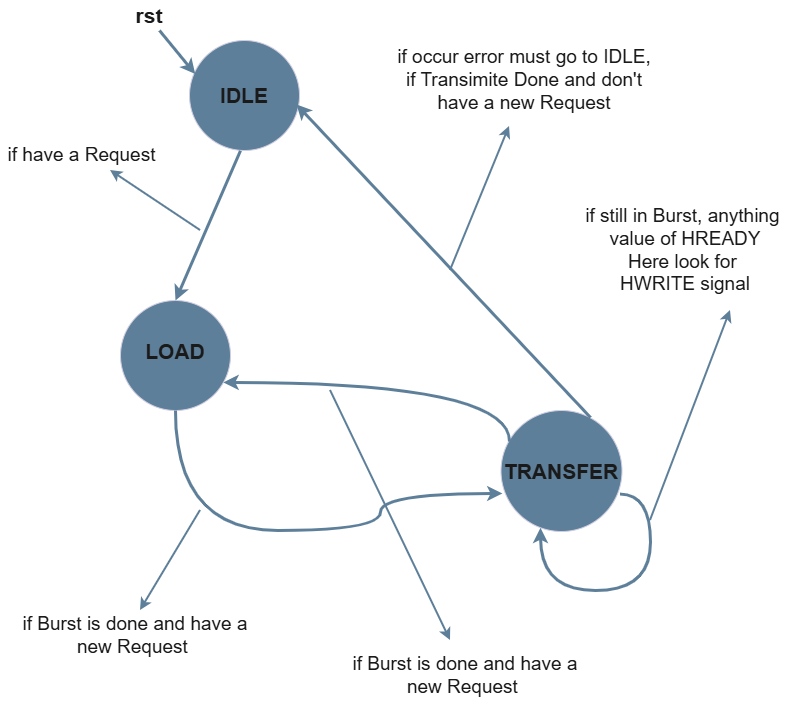
This is photoes/Master_FSM.drawio.png from amrsoli916/AHB-Lite-Protocol, a draw.io export, as it was before one commit. Source tidied: cells renumbered, new cells last; positions are measured from the earlier drawing's top-left corner, leaving out a move shared by most shapes.
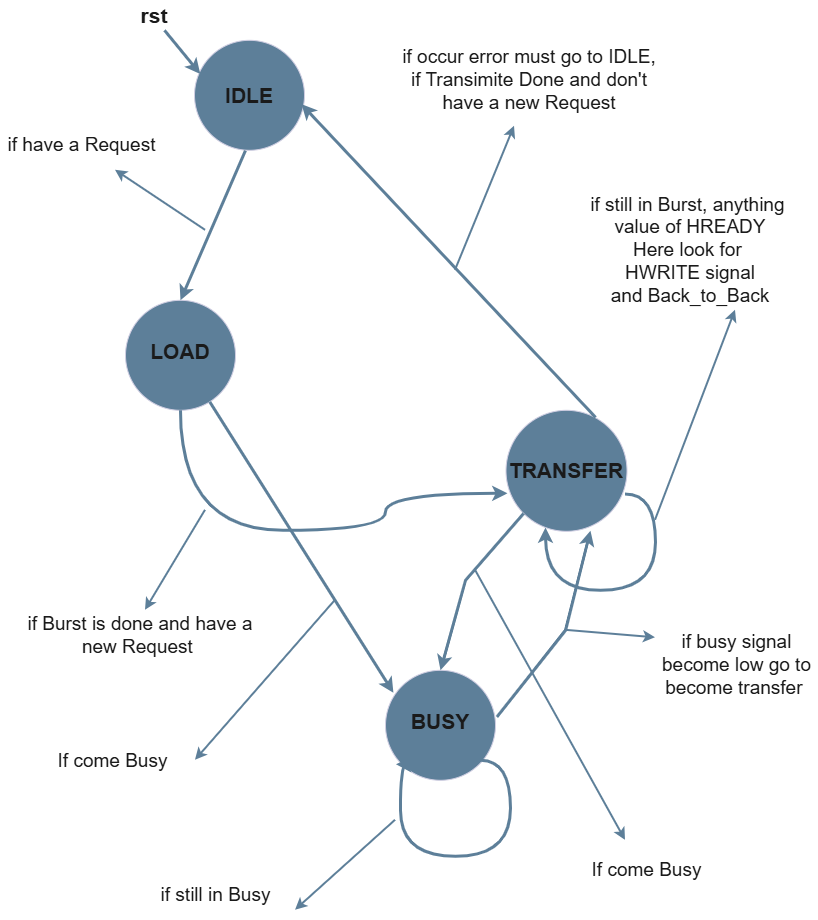
Above is the later version.

Diff of the diagram source:
```diff
@@ -52,13 +52,6 @@
     <mxCell id="13" style="endArrow=classic;html=1;rounded=0;strokeColor=light-dark(#5d7f99, #8c86b9);fontColor=#1A1A1A;strokeWidth=3;exitX=0.74;exitY=0.058;exitDx=0;exitDy=0;exitPerimeter=0;entryX=0.973;entryY=0.582;entryDx=0;entryDy=0;entryPerimeter=0;" parent="1" edge="1" source="9" target="2">
       <mxGeometry relative="1" as="geometry" />
     </mxCell>
-    <mxCell id="14" style="endArrow=classic;html=1;rounded=0;strokeColor=light-dark(#5d7f99, #8c86b9);fontColor=#1A1A1A;strokeWidth=3;exitX=0.07;exitY=0.256;exitDx=0;exitDy=0;exitPerimeter=0;entryX=0.936;entryY=0.745;entryDx=0;entryDy=0;entryPerimeter=0;edgeStyle=orthogonalEdgeStyle;curved=1;" parent="1" edge="1" source="9" target="6">
-      <mxGeometry relative="1" as="geometry">
-        <Array as="points">
-          <mxPoint x="509" y="382" />
-        </Array>
-      </mxGeometry>
-    </mxCell>
     <mxCell id="15" style="endArrow=classic;html=1;rounded=0;strokeColor=light-dark(#5d7f99, #8c86b9);fontColor=#1A1A1A;strokeWidth=2;entryX=0.446;entryY=0.96;entryDx=0;entryDy=0;entryPerimeter=0;" parent="1" edge="1" target="20">
       <mxGeometry relative="1" as="geometry">
         <mxPoint x="450" y="270" as="sourcePoint" />
@@ -76,12 +69,6 @@
         <mxPoint x="140" y="610" as="targetPoint" />
       </mxGeometry>
     </mxCell>
-    <mxCell id="18" style="endArrow=classic;html=1;rounded=0;strokeColor=light-dark(#5d7f99, #8c86b9);fontColor=#1A1A1A;strokeWidth=2;" parent="1" edge="1">
-      <mxGeometry relative="1" as="geometry">
-        <mxPoint x="330" y="390" as="sourcePoint" />
-        <mxPoint x="450" y="640" as="targetPoint" />
-      </mxGeometry>
-    </mxCell>
     <mxCell id="19" style="endArrow=classic;html=1;rounded=0;strokeColor=light-dark(#5d7f99, #8c86b9);fontColor=#1A1A1A;strokeWidth=2;" parent="1" edge="1">
       <mxGeometry relative="1" as="geometry">
         <mxPoint x="650" y="520" as="sourcePoint" />
@@ -91,17 +78,83 @@
     <mxCell id="20" value="&lt;font style=&quot;font-size: 19px;&quot;&gt;if occur error must go to IDLE,&lt;/font&gt;&lt;div&gt;&lt;font style=&quot;font-size: 19px;&quot;&gt;if Transimite&amp;nbsp;&lt;/font&gt;&lt;span style=&quot;font-size: 19px; background-color: transparent; color: light-dark(rgb(26, 26, 26), rgb(215, 215, 215));&quot;&gt;Done and don't have a&amp;nbsp;&lt;/span&gt;&lt;span style=&quot;font-size: 19px; background-color: transparent; color: light-dark(rgb(26, 26, 26), rgb(215, 215, 215));&quot;&gt;new Request&lt;/span&gt;&lt;/div&gt;" style="text;html=1;whiteSpace=wrap;strokeColor=none;fillColor=none;align=center;verticalAlign=middle;rounded=0;fontColor=#1A1A1A;" parent="1" vertex="1">
       <mxGeometry x="391.5" y="30" width="263.5" height="100" as="geometry" />
     </mxCell>
-    <mxCell id="21" value="&lt;span style=&quot;font-size: 19px;&quot;&gt;if still in Burst, anything&amp;nbsp;&lt;/span&gt;&lt;div&gt;&lt;span style=&quot;font-size: 19px;&quot;&gt;value of HREADY&lt;/span&gt;&lt;/div&gt;&lt;div&gt;&lt;span style=&quot;font-size: 19px;&quot;&gt;Here look for&amp;nbsp;&lt;/span&gt;&lt;/div&gt;&lt;div&gt;&lt;span style=&quot;font-size: 19px;&quot;&gt;HWRITE signal&lt;/span&gt;&lt;/div&gt;" style="text;html=1;whiteSpace=wrap;strokeColor=none;fillColor=none;align=center;verticalAlign=middle;rounded=0;fontColor=#1A1A1A;" parent="1" vertex="1">
+    <mxCell id="21" value="&lt;span style=&quot;font-size: 19px;&quot;&gt;if still in Burst, anything&amp;nbsp;&lt;/span&gt;&lt;div&gt;&lt;span style=&quot;font-size: 19px;&quot;&gt;value of HREADY&lt;/span&gt;&lt;/div&gt;&lt;div&gt;&lt;span style=&quot;font-size: 19px;&quot;&gt;Here look for&amp;nbsp;&lt;/span&gt;&lt;/div&gt;&lt;div&gt;&lt;span style=&quot;font-size: 19px;&quot;&gt;HWRITE signal&lt;/span&gt;&lt;/div&gt;&lt;div&gt;&lt;span style=&quot;font-size: 19px;&quot;&gt;and Back_to_Back&lt;/span&gt;&lt;/div&gt;" style="text;html=1;whiteSpace=wrap;strokeColor=none;fillColor=none;align=center;verticalAlign=middle;rounded=0;fontColor=#1A1A1A;" parent="1" vertex="1">
       <mxGeometry x="570" y="200" width="230" height="100" as="geometry" />
     </mxCell>
-    <mxCell id="22" value="&lt;span style=&quot;font-size: 19px;&quot;&gt;if Burst is done and have a&lt;/span&gt;&lt;div&gt;&lt;span style=&quot;font-size: 19px;&quot;&gt;new Request&amp;nbsp;&lt;/span&gt;&lt;/div&gt;" style="text;html=1;whiteSpace=wrap;strokeColor=none;fillColor=none;align=center;verticalAlign=middle;rounded=0;fontColor=#1A1A1A;" parent="1" vertex="1">
-      <mxGeometry x="350" y="640" width="230" height="70" as="geometry" />
-    </mxCell>
     <mxCell id="23" value="&lt;span style=&quot;font-size: 19px;&quot;&gt;if Burst is done and have a&lt;/span&gt;&lt;div&gt;&lt;span style=&quot;font-size: 19px;&quot;&gt;new Request&amp;nbsp;&lt;/span&gt;&lt;/div&gt;" style="text;html=1;whiteSpace=wrap;strokeColor=none;fillColor=none;align=center;verticalAlign=middle;rounded=0;fontColor=#1A1A1A;" parent="1" vertex="1">
       <mxGeometry x="20" y="600" width="230" height="70" as="geometry" />
     </mxCell>
     <mxCell id="24" value="&lt;span style=&quot;font-size: 19px;&quot;&gt;if have a Request&lt;/span&gt;" style="text;html=1;whiteSpace=wrap;strokeColor=none;fillColor=none;align=center;verticalAlign=middle;rounded=0;fontColor=#1A1A1A;" parent="1" vertex="1">
-      <mxGeometry y="130" width="163" height="50" as="geometry" />
+      <mxGeometry x="-5" y="120" width="163" height="50" as="geometry" />
     </mxCell>
+    <mxCell id="25" style="ellipse;whiteSpace=wrap;html=1;shapeInside=1;labelBackgroundColor=none;fillColor=#5D7F99;strokeColor=#D0CEE2;fontColor=#1A1A1A;" parent="1" vertex="1">
+      <mxGeometry x="380" y="670" width="110" height="110" as="geometry" />
+    </mxCell>
+    <mxCell id="26" value="&lt;font style=&quot;font-size: 21px;&quot;&gt;&lt;b style=&quot;&quot;&gt;BUSY&lt;/b&gt;&lt;/font&gt;" style="text;html=1;whiteSpace=wrap;strokeColor=none;fillColor=none;align=center;verticalAlign=middle;rounded=0;fontColor=#1A1A1A;" parent="1" vertex="1">
+      <mxGeometry x="405" y="706" width="60" height="30" as="geometry" />
+    </mxCell>
+    <mxCell id="27" style="endArrow=classic;html=1;rounded=0;strokeColor=light-dark(#5d7f99, #8c86b9);fontColor=#1A1A1A;strokeWidth=3;exitX=0;exitY=1;exitDx=0;exitDy=0;entryX=0.5;entryY=0;entryDx=0;entryDy=0;" parent="1" edge="1" source="9" target="25">
+      <mxGeometry relative="1" as="geometry">
+        <Array as="points">
+          <mxPoint x="460" y="580" />
+        </Array>
+      </mxGeometry>
+    </mxCell>
+    <mxCell id="28" style="endArrow=classic;html=1;rounded=0;strokeColor=light-dark(#5d7f99, #8c86b9);fontColor=#1A1A1A;strokeWidth=3;entryX=0.072;entryY=0.204;entryDx=0;entryDy=0;entryPerimeter=0;" parent="1" edge="1" source="6" target="25">
+      <mxGeometry relative="1" as="geometry" />
+    </mxCell>
+    <mxCell id="29" style="endArrow=classic;html=1;rounded=0;strokeColor=light-dark(#5d7f99, #8c86b9);fontColor=#1A1A1A;strokeWidth=3;exitX=1.012;exitY=0.425;exitDx=0;exitDy=0;entryX=0.698;entryY=0.995;entryDx=0;entryDy=0;entryPerimeter=0;exitPerimeter=0;" parent="1" edge="1" source="25" target="9">
+      <mxGeometry relative="1" as="geometry">
+        <Array as="points">
+          <mxPoint x="560" y="630" />
+        </Array>
+      </mxGeometry>
+    </mxCell>
+    <mxCell id="30" style="endArrow=classic;html=1;rounded=0;strokeColor=light-dark(#5d7f99, #8c86b9);fontColor=#1A1A1A;strokeWidth=3;exitX=0.984;exitY=0.691;exitDx=0;exitDy=0;exitPerimeter=0;edgeStyle=orthogonalEdgeStyle;curved=1;entryX=0.095;entryY=0.855;entryDx=0;entryDy=0;entryPerimeter=0;" parent="1" edge="1" target="25">
+      <mxGeometry relative="1" as="geometry">
+        <mxPoint x="475" y="760" as="sourcePoint" />
+        <Array as="points">
+          <mxPoint x="505" y="760" />
+          <mxPoint x="505" y="856" />
+          <mxPoint x="395" y="856" />
+          <mxPoint x="395" y="764.1" />
+        </Array>
+      </mxGeometry>
+    </mxCell>
+    <mxCell id="31" style="endArrow=classic;html=1;rounded=0;strokeColor=light-dark(#5d7f99, #8c86b9);fontColor=#1A1A1A;strokeWidth=2;" parent="1" edge="1">
+      <mxGeometry relative="1" as="geometry">
+        <mxPoint x="330" y="600" as="sourcePoint" />
+        <mxPoint x="190" y="760" as="targetPoint" />
+      </mxGeometry>
+    </mxCell>
+    <mxCell id="32" value="&lt;span style=&quot;font-size: 19px;&quot;&gt;If come Busy&lt;/span&gt;" style="text;html=1;whiteSpace=wrap;strokeColor=none;fillColor=none;align=center;verticalAlign=middle;rounded=0;fontColor=#1A1A1A;" parent="1" vertex="1">
+      <mxGeometry x="26" y="736" width="163" height="50" as="geometry" />
+    </mxCell>
+    <mxCell id="33" style="endArrow=classic;html=1;rounded=0;strokeColor=light-dark(#5d7f99, #8c86b9);fontColor=#1A1A1A;strokeWidth=2;" parent="1" edge="1">
+      <mxGeometry relative="1" as="geometry">
+        <mxPoint x="390" y="820" as="sourcePoint" />
+        <mxPoint x="290" y="910" as="targetPoint" />
+      </mxGeometry>
+    </mxCell>
+    <mxCell id="34" value="&lt;span style=&quot;font-size: 19px;&quot;&gt;if still in Busy&lt;/span&gt;" style="text;html=1;whiteSpace=wrap;strokeColor=none;fillColor=none;align=center;verticalAlign=middle;rounded=0;fontColor=#1A1A1A;" parent="1" vertex="1">
+      <mxGeometry x="129" y="870" width="163" height="50" as="geometry" />
+    </mxCell>
+    <mxCell id="35" style="endArrow=classic;html=1;rounded=0;strokeColor=light-dark(#5d7f99, #8c86b9);fontColor=#1A1A1A;strokeWidth=2;entryX=0;entryY=0.25;entryDx=0;entryDy=0;" parent="1" edge="1" target="36">
+      <mxGeometry relative="1" as="geometry">
+        <mxPoint x="560" y="630" as="sourcePoint" />
+      </mxGeometry>
+    </mxCell>
+    <mxCell id="36" value="&lt;span style=&quot;font-size: 19px;&quot;&gt;if busy signal become low go to become transfer&amp;nbsp;&lt;/span&gt;" style="text;html=1;whiteSpace=wrap;strokeColor=none;fillColor=none;align=center;verticalAlign=middle;rounded=0;fontColor=#1A1A1A;" parent="1" vertex="1">
+      <mxGeometry x="650" y="610" width="163" height="110" as="geometry" />
+    </mxCell>
+    <mxCell id="37" style="endArrow=classic;html=1;rounded=0;strokeColor=light-dark(#5d7f99, #8c86b9);fontColor=#1A1A1A;strokeWidth=2;" parent="1" edge="1">
+      <mxGeometry relative="1" as="geometry">
+        <mxPoint x="470" y="570" as="sourcePoint" />
+        <mxPoint x="620" y="840" as="targetPoint" />
+      </mxGeometry>
+    </mxCell>
+    <mxCell id="38" value="&lt;span style=&quot;font-size: 19px;&quot;&gt;If come Busy&lt;/span&gt;" style="text;html=1;whiteSpace=wrap;strokeColor=none;fillColor=none;align=center;verticalAlign=middle;rounded=0;fontColor=#1A1A1A;" parent="1" vertex="1">
+      <mxGeometry x="560" y="845" width="163" height="50" as="geometry" />
+    </mxCell>
   </root>
 </mxGraphModel>
```
